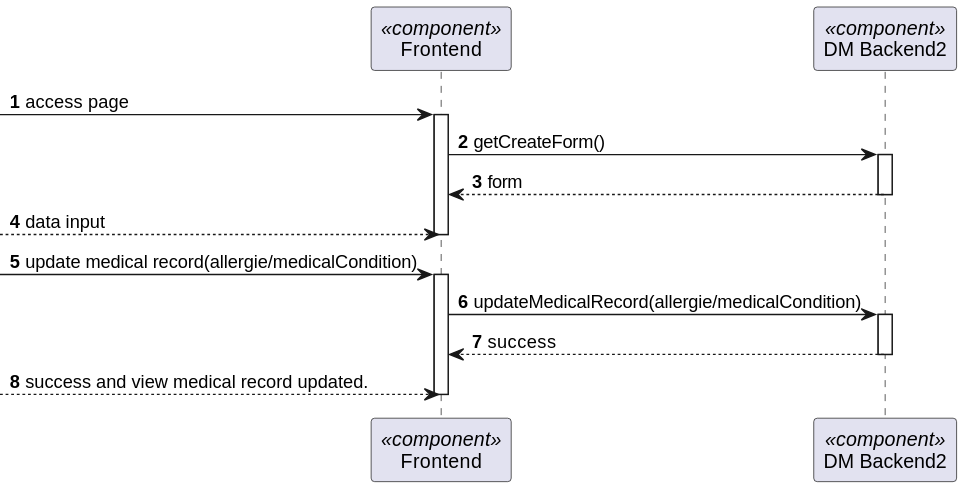
Ana-Miguel-Silva/SurgicalAppointmentAndResourceManagement keeps this PlantUML diagram as docs/BackofficeModule/7.2.6/sequence-diagram-2.svg. Above is the earlier version. Source of this version:
```plantuml
@startuml
skinparam packageStyle rectangle
skinparam shadowing false

autonumber

participant "Frontend" as FE <<component>>
participant "DM Backend2" as BE <<component>>



 -> FE: access page
activate FE
FE -> BE: getCreateForm()
activate BE
BE --> FE: form
deactivate BE
--> FE : data input
deactivate FE
 -> FE : update medical record(allergie/medicalCondition)
activate FE
FE -> BE : updateMedicalRecord(allergie/medicalCondition)
activate BE
BE --> FE: success
deactivate BE
--> FE: success and view medical record updated.
deactivate FE
@enduml
```
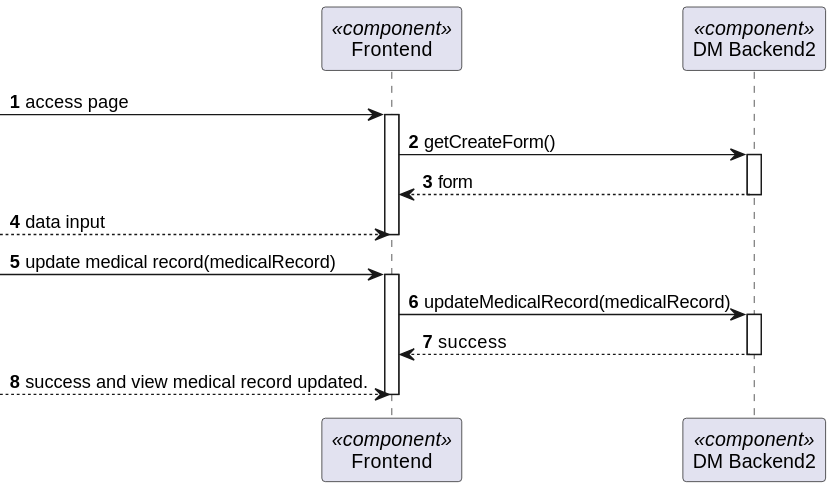
Above is the later version.

Diff of the diagram source:
```diff
@@ -17,9 +17,9 @@
 deactivate BE
 --> FE : data input
 deactivate FE
- -> FE : update medical record(allergie/medicalCondition)
+ -> FE : update medical record(medicalRecord)
 activate FE
-FE -> BE : updateMedicalRecord(allergie/medicalCondition)
+FE -> BE : updateMedicalRecord(medicalRecord)
 activate BE
 BE --> FE: success
 deactivate BE
```
